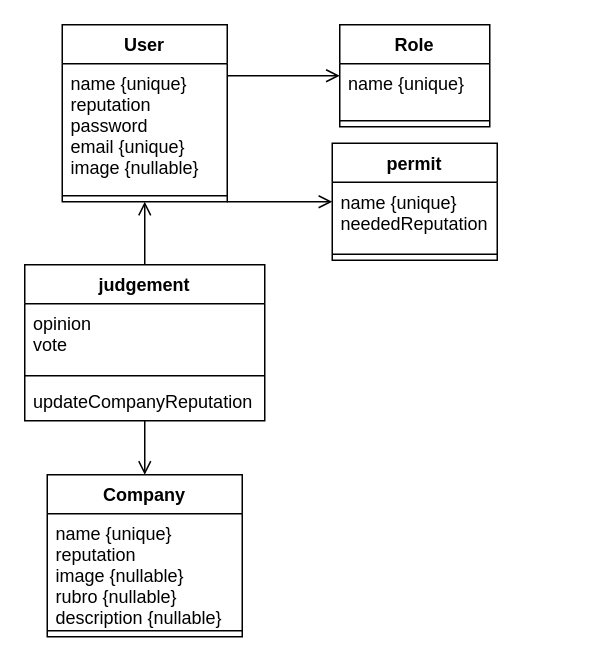
The draw.io diagram design/Class diagram.drawio in alvaroscelza/Claims-and-Complaints, before the edit. Source tidied: cells renumbered, new cells numbered last; positions are measured from the earlier drawing's top-left corner, leaving out a move shared by most shapes. Both pictures are drawn from the tidied source at 150%, with x=0, y=0 at pixel (24, 24).
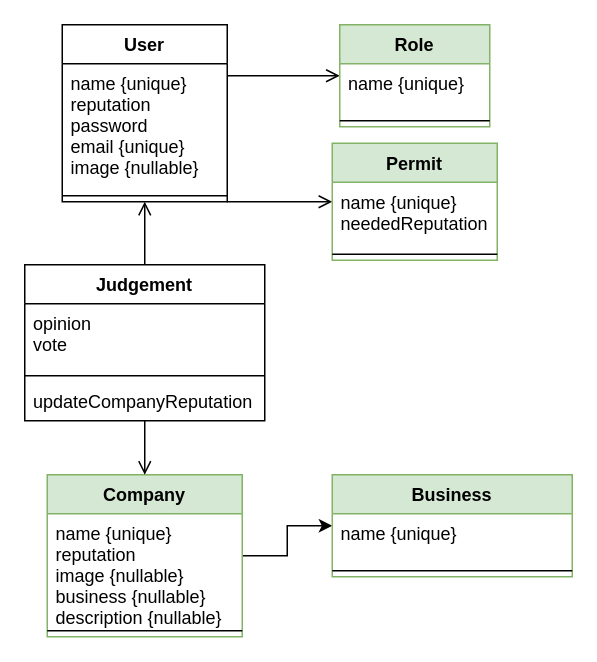
After the change.

What changed in the source:
```diff
@@
-    <mxCell id="7" value="Role" style="swimlane;fontStyle=1;align=center;verticalAlign=top;horizontal=1;startSize=26;" parent="1" vertex="1">
+    <mxCell id="7" value="Role" style="swimlane;fontStyle=1;align=center;verticalAlign=top;horizontal=1;startSize=26;fillColor=#d5e8d4;strokeColor=#82b366;" parent="1" vertex="1">
       <mxGeometry x="210" width="100" height="68" as="geometry" />
     </mxCell>
@@
+    <mxCell id="22" style="edgeStyle=orthogonalEdgeStyle;rounded=0;jettySize=auto;html=1;" parent="1" edge="1" source="10" target="23">
+      <mxGeometry relative="1" as="geometry" />
+    </mxCell>
-    <mxCell id="10" value="Company" style="swimlane;fontStyle=1;align=center;verticalAlign=top;horizontal=1;startSize=26;" parent="1" vertex="1">
+    <mxCell id="10" value="Company" style="swimlane;fontStyle=1;align=center;verticalAlign=top;horizontal=1;startSize=26;fillColor=#d5e8d4;strokeColor=#82b366;" parent="1" vertex="1">
       <mxGeometry x="15" y="300" width="130" height="108" as="geometry" />
     </mxCell>
-    <mxCell id="11" value="name {unique}&#10;reputation&#10;image {nullable}&#10;rubro {nullable}&#10;description {nullable}&#10;" style="text;strokeColor=none;fillColor=none;align=left;verticalAlign=top;spacingLeft=4;spacingRight=4;overflow=hidden;" parent="10" vertex="1">
+    <mxCell id="11" value="name {unique}&#10;reputation&#10;image {nullable}&#10;business {nullable}&#10;description {nullable}&#10;" style="text;strokeColor=none;fillColor=none;align=left;verticalAlign=top;spacingLeft=4;spacingRight=4;overflow=hidden;" parent="10" vertex="1">
       <mxGeometry y="26" width="130" height="74" as="geometry" />
     </mxCell>
@@
-    <mxCell id="15" value="judgement" style="swimlane;fontStyle=1;align=center;verticalAlign=top;horizontal=1;startSize=26;" parent="1" vertex="1">
+    <mxCell id="15" value="Judgement" style="swimlane;fontStyle=1;align=center;verticalAlign=top;horizontal=1;startSize=26;" parent="1" vertex="1">
       <mxGeometry y="160" width="160" height="104" as="geometry" />
     </mxCell>
@@
-    <mxCell id="19" value="permit" style="swimlane;fontStyle=1;align=center;verticalAlign=top;horizontal=1;startSize=26;" parent="1" vertex="1">
+    <mxCell id="19" value="Permit" style="swimlane;fontStyle=1;align=center;verticalAlign=top;horizontal=1;startSize=26;fillColor=#d5e8d4;strokeColor=#82b366;" parent="1" vertex="1">
       <mxGeometry x="205" y="79" width="110" height="78" as="geometry" />
     </mxCell>
@@
+    <mxCell id="23" value="Business" style="swimlane;fontStyle=1;align=center;verticalAlign=top;horizontal=1;startSize=26;fillColor=#d5e8d4;strokeColor=#82b366;" parent="1" vertex="1">
+      <mxGeometry x="205" y="300" width="160" height="68" as="geometry" />
+    </mxCell>
+    <mxCell id="24" value="name {unique}" style="text;strokeColor=none;fillColor=none;align=left;verticalAlign=top;spacingLeft=4;spacingRight=4;overflow=hidden;" parent="23" vertex="1">
+      <mxGeometry y="26" width="160" height="34" as="geometry" />
+    </mxCell>
+    <mxCell id="25" style="line;strokeWidth=1;fillColor=none;align=left;verticalAlign=middle;spacingTop=-1;spacingLeft=3;spacingRight=3;labelPosition=right;" parent="23" vertex="1">
+      <mxGeometry y="60" width="160" height="8" as="geometry" />
+    </mxCell>
```
